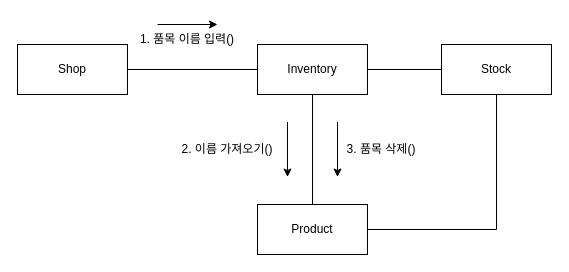
The draw.io diagram docs/diagrams/CD_04_removeProduct.drawio in MintBee/HolubSQL, before the edit. Source tidied: cells renumbered, new cells numbered last; positions are measured from the earlier drawing's top-left corner, leaving out a move shared by most shapes. Both pictures are drawn from the tidied source at 100%, with x=0, y=0 at pixel (17, 24).
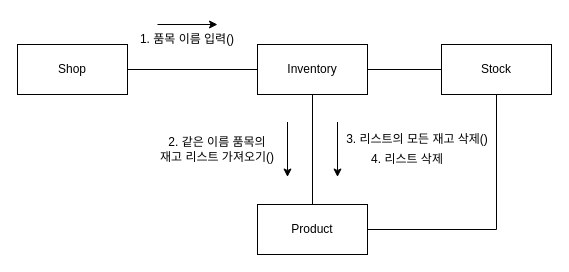
Above is the later version.

The edit, as a diff of the source:
```diff
@@
 <mxGraphModel>
   <root>
     <mxCell id="0" />
     <mxCell id="1" parent="0" />
     <mxCell id="2" style="edgeStyle=orthogonalEdgeStyle;rounded=0;jettySize=auto;html=1;exitX=1;exitY=0.5;exitDx=0;exitDy=0;entryX=0;entryY=0.5;entryDx=0;entryDy=0;endArrow=none;endFill=0;" parent="1" edge="1" source="3" target="6">
       <mxGeometry relative="1" as="geometry" />
     </mxCell>
     <mxCell id="3" value="Shop" style="html=1;whiteSpace=wrap;" parent="1" vertex="1">
       <mxGeometry y="20" width="110" height="50" as="geometry" />
     </mxCell>
     <mxCell id="4" style="edgeStyle=orthogonalEdgeStyle;rounded=0;jettySize=auto;html=1;exitX=0.5;exitY=1;exitDx=0;exitDy=0;entryX=0.5;entryY=0;entryDx=0;entryDy=0;endArrow=none;endFill=0;" parent="1" edge="1" source="6" target="8">
       <mxGeometry relative="1" as="geometry" />
     </mxCell>
     <mxCell id="5" style="edgeStyle=orthogonalEdgeStyle;rounded=0;jettySize=auto;html=1;endArrow=none;endFill=0;" parent="1" edge="1" source="6" target="9">
       <mxGeometry relative="1" as="geometry" />
     </mxCell>
     <mxCell id="6" value="Inventory" style="html=1;whiteSpace=wrap;" parent="1" vertex="1">
       <mxGeometry x="240" y="20" width="110" height="50" as="geometry" />
     </mxCell>
     <mxCell id="7" style="edgeStyle=orthogonalEdgeStyle;rounded=0;jettySize=auto;html=1;exitX=1;exitY=0.5;exitDx=0;exitDy=0;entryX=0.5;entryY=1;entryDx=0;entryDy=0;endArrow=none;endFill=0;" parent="1" edge="1" source="8" target="9">
       <mxGeometry relative="1" as="geometry" />
     </mxCell>
     <mxCell id="8" value="Product" style="html=1;whiteSpace=wrap;" parent="1" vertex="1">
       <mxGeometry x="240" y="180" width="110" height="50" as="geometry" />
     </mxCell>
     <mxCell id="9" value="Stock" style="html=1;whiteSpace=wrap;" parent="1" vertex="1">
       <mxGeometry x="424" y="20" width="110" height="50" as="geometry" />
     </mxCell>
     <mxCell id="10" value="1. 품목 이름 입력()" style="text;html=1;strokeColor=none;fillColor=none;align=center;verticalAlign=middle;whiteSpace=wrap;rounded=0;" parent="1" vertex="1">
       <mxGeometry x="110" width="120" height="30" as="geometry" />
     </mxCell>
     <mxCell id="11" style="endArrow=classic;html=1;rounded=0;exitX=0.25;exitY=0;exitDx=0;exitDy=0;entryX=0.75;entryY=0;entryDx=0;entryDy=0;" parent="1" edge="1" source="10" target="10">
       <mxGeometry relative="1" as="geometry" />
     </mxCell>
-    <mxCell id="12" value="2. 이름 가져오기()" style="text;html=1;strokeColor=none;fillColor=none;align=center;verticalAlign=middle;whiteSpace=wrap;rounded=0;" parent="1" vertex="1">
-      <mxGeometry x="150" y="110" width="120" height="30" as="geometry" />
+    <mxCell id="12" value="2. 같은 이름 품목의&lt;br&gt;재고 리스트 가져오기()" style="text;html=1;strokeColor=none;fillColor=none;align=center;verticalAlign=middle;whiteSpace=wrap;rounded=0;" parent="1" vertex="1">
+      <mxGeometry x="130" y="110" width="140" height="30" as="geometry" />
     </mxCell>
     <mxCell id="13" style="edgeStyle=orthogonalEdgeStyle;rounded=0;orthogonalLoop=1;jettySize=auto;html=1;exitX=0.5;exitY=1;exitDx=0;exitDy=0;" parent="1" edge="1" source="12" target="12">
       <mxGeometry relative="1" as="geometry" />
     </mxCell>
     <mxCell id="14" style="endArrow=classic;html=1;rounded=0;" parent="1" edge="1">
       <mxGeometry relative="1" as="geometry">
         <mxPoint x="270" y="97.5" as="sourcePoint" />
         <mxPoint x="270" y="152.5" as="targetPoint" />
       </mxGeometry>
     </mxCell>
     <mxCell id="15" style="endArrow=classic;html=1;rounded=0;" parent="1" edge="1">
       <mxGeometry relative="1" as="geometry">
         <mxPoint x="320" y="97.5" as="sourcePoint" />
         <mxPoint x="320" y="152.5" as="targetPoint" />
       </mxGeometry>
     </mxCell>
-    <mxCell id="16" value="3. 품목 삭제()" style="text;html=1;strokeColor=none;fillColor=none;align=center;verticalAlign=middle;whiteSpace=wrap;rounded=0;" parent="1" vertex="1">
-      <mxGeometry x="304" y="110" width="120" height="30" as="geometry" />
+    <mxCell id="16" value="3. 리스트의 모든 재고 삭제()" style="text;html=1;strokeColor=none;fillColor=none;align=center;verticalAlign=middle;whiteSpace=wrap;rounded=0;" parent="1" vertex="1">
+      <mxGeometry x="320" y="100" width="160" height="30" as="geometry" />
     </mxCell>
+    <mxCell id="17" value="4. 리스트 삭제" style="text;html=1;strokeColor=none;fillColor=none;align=center;verticalAlign=middle;whiteSpace=wrap;rounded=0;" parent="1" vertex="1">
+      <mxGeometry x="310" y="120" width="160" height="30" as="geometry" />
+    </mxCell>
   </root>
 </mxGraphModel>
```
